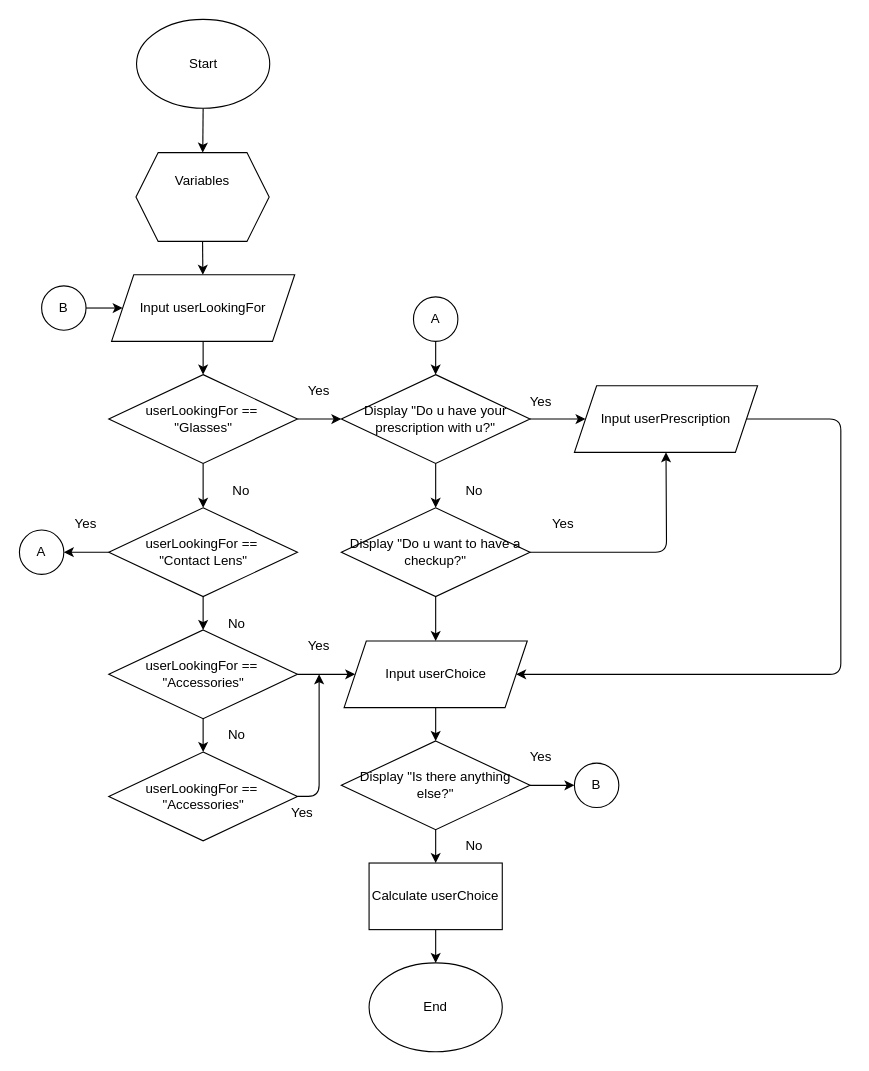
The draw.io diagram OrderingSystem.drawio in FelixCarillo/Ordering-System, before the edit. Source tidied: cells renumbered, new cells numbered last; positions are measured from the earlier drawing's top-left corner, leaving out a move shared by most shapes. Both pictures are drawn from the tidied source at 111%, with x=0, y=0 at pixel (19, 19).
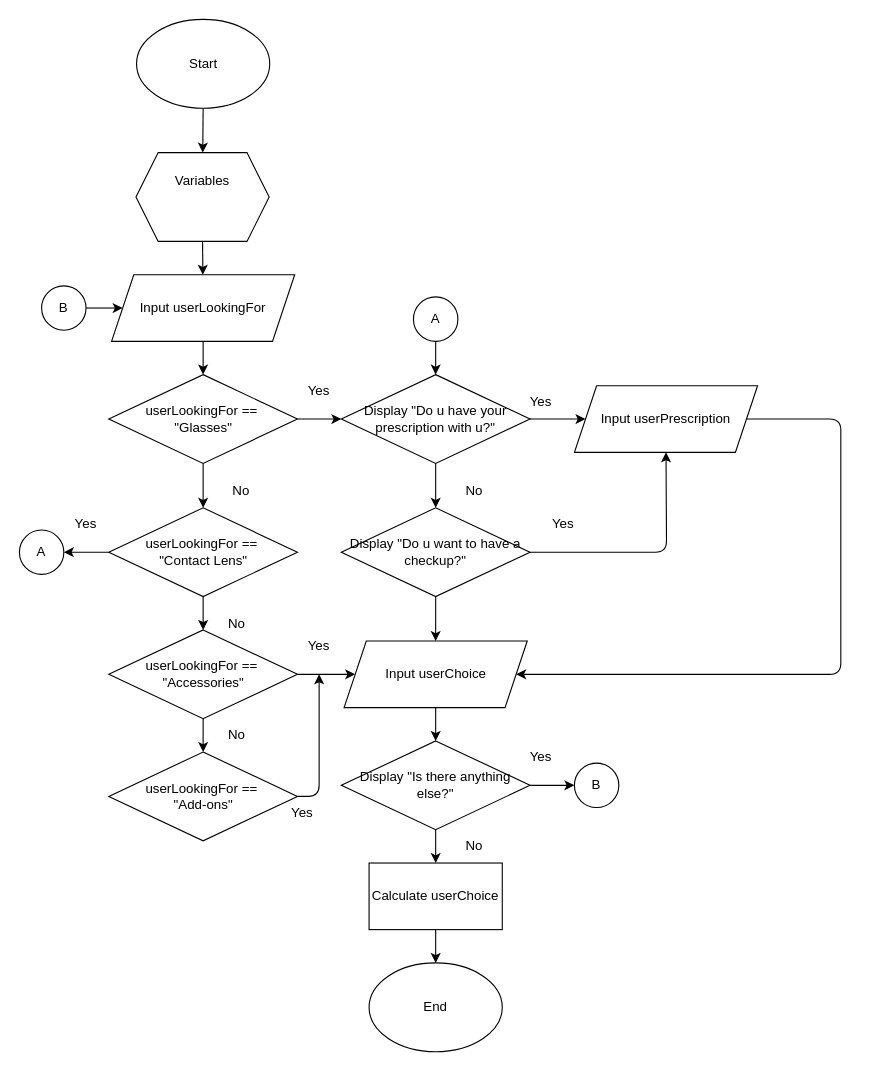
Above is the later version.

Commit message:
Just fix minor things in the diagram

Change to the diagram source:
```diff
@@
-    <mxCell id="38" value="userLookingFor ==&amp;nbsp;&lt;div&gt;&quot;Accessories&quot;&lt;/div&gt;" style="rhombus;whiteSpace=wrap;html=1;" parent="1" vertex="1">
+    <mxCell id="38" value="userLookingFor ==&amp;nbsp;&lt;div&gt;&quot;Add-ons&quot;&lt;/div&gt;" style="rhombus;whiteSpace=wrap;html=1;" parent="1" vertex="1">
       <mxGeometry x="80.5" y="660" width="170" height="80" as="geometry" />
     </mxCell>
```
